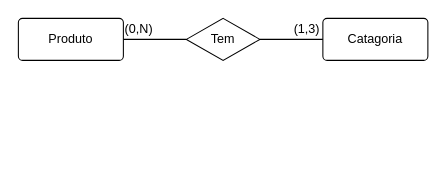
Before: page "Modelo Conceitual" (1 of 2) of requirements/ecommerce-database.drawio in Fernanda071/ecommerce-node-api, a draw.io diagram. Source tidied: cells renumbered, new cells numbered last; positions are measured from the earlier drawing's top-left corner, leaving out a move shared by most shapes. Both pictures are drawn from the tidied source at 105%, with x=0, y=0 at pixel (18, 18).
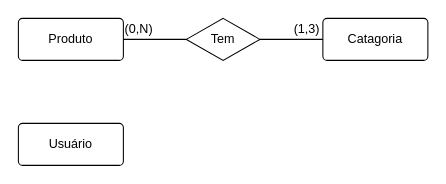
Above is the later version.

The edit, as a diff of the source:
```diff
@@
 <mxGraphModel>
   <root>
     <mxCell id="0" />
     <mxCell id="1" parent="0" />
     <mxCell id="2" style="edgeStyle=none;html=1;exitX=1;exitY=0.5;exitDx=0;exitDy=0;entryX=0;entryY=0.5;entryDx=0;entryDy=0;endArrow=none;endFill=0;" parent="1" edge="1" source="3" target="6">
       <mxGeometry relative="1" as="geometry" />
     </mxCell>
     <mxCell id="3" value="Produto" style="rounded=1;arcSize=10;whiteSpace=wrap;html=1;align=center;" parent="1" vertex="1">
       <mxGeometry width="100" height="40" as="geometry" />
     </mxCell>
     <mxCell id="4" value="Catagoria" style="rounded=1;arcSize=10;whiteSpace=wrap;html=1;align=center;" parent="1" vertex="1">
       <mxGeometry x="290" width="100" height="40" as="geometry" />
     </mxCell>
     <mxCell id="5" style="edgeStyle=none;html=1;exitX=1;exitY=0.5;exitDx=0;exitDy=0;entryX=0;entryY=0.5;entryDx=0;entryDy=0;endArrow=none;endFill=0;" parent="1" edge="1" source="6" target="4">
       <mxGeometry relative="1" as="geometry" />
     </mxCell>
     <mxCell id="6" value="Tem" style="shape=rhombus;perimeter=rhombusPerimeter;whiteSpace=wrap;html=1;align=center;" parent="1" vertex="1">
       <mxGeometry x="160" width="70" height="40" as="geometry" />
     </mxCell>
     <mxCell id="7" value="(1,3)" style="text;html=1;strokeColor=none;fillColor=none;align=center;verticalAlign=middle;whiteSpace=wrap;rounded=0;" parent="1" vertex="1">
       <mxGeometry x="260" width="30" height="20" as="geometry" />
     </mxCell>
     <mxCell id="8" value="(0,N)" style="text;html=1;strokeColor=none;fillColor=none;align=center;verticalAlign=middle;whiteSpace=wrap;rounded=0;" parent="1" vertex="1">
       <mxGeometry x="100" width="30" height="20" as="geometry" />
     </mxCell>
+    <mxCell id="9" value="Usuário" style="rounded=1;arcSize=10;whiteSpace=wrap;html=1;align=center;" parent="1" vertex="1">
+      <mxGeometry y="100" width="100" height="40" as="geometry" />
+    </mxCell>
   </root>
 </mxGraphModel>
```
